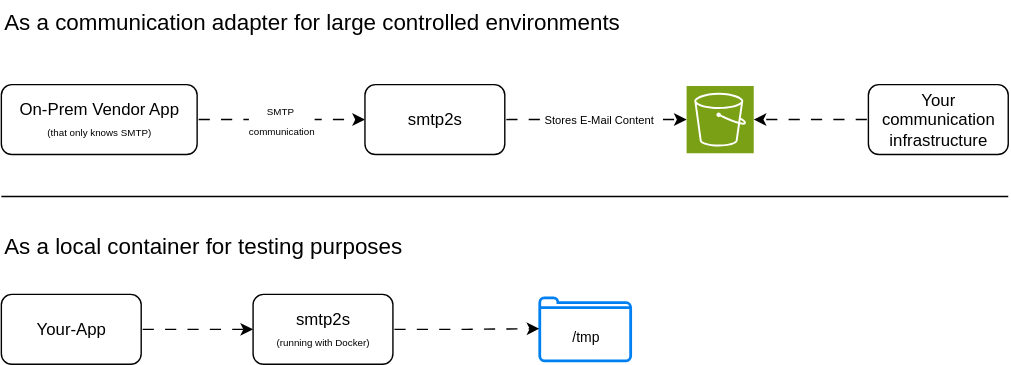
This is __resources/use-cases.drawio.svg from Incognitowski/smtp2s, a draw.io export, as it was before one commit. Source tidied: cells renumbered, new cells last; positions are measured from the earlier drawing's top-left corner, leaving out a move shared by most shapes. Its diagram source:
```xml
<mxGraphModel>
  <root>
    <mxCell id="0" />
    <mxCell id="1" parent="0" />
    <mxCell id="2" value="As a communication adapter for large controlled environments" style="text;html=1;align=left;verticalAlign=middle;whiteSpace=wrap;rounded=0;fontSize=16;" parent="1" vertex="1">
      <mxGeometry width="720" height="30" as="geometry" />
    </mxCell>
    <mxCell id="3" style="edgeStyle=orthogonalEdgeStyle;rounded=0;jettySize=auto;html=1;entryX=0;entryY=0.5;entryDx=0;entryDy=0;flowAnimation=1;" parent="1" edge="1" source="5" target="6">
      <mxGeometry relative="1" as="geometry" />
    </mxCell>
    <mxCell id="4" value="&lt;div&gt;&lt;font style=&quot;font-size: 7px;&quot;&gt;SMTP&amp;nbsp;&lt;/font&gt;&lt;/div&gt;&lt;div&gt;&lt;font style=&quot;font-size: 7px;&quot;&gt;communication&lt;/font&gt;&lt;/div&gt;" style="edgeLabel;html=1;align=center;verticalAlign=middle;" parent="3" vertex="1">
      <mxGeometry x="-0.05" y="-2" relative="1" as="geometry">
        <mxPoint x="3" y="-2" as="offset" />
      </mxGeometry>
    </mxCell>
    <mxCell id="5" value="&lt;div&gt;On-Prem Vendor App&lt;/div&gt;&lt;div&gt;&lt;font style=&quot;font-size: 7px;&quot;&gt;(that only knows SMTP)&lt;/font&gt;&lt;/div&gt;" style="rounded=1;whiteSpace=wrap;html=1;" parent="1" vertex="1">
      <mxGeometry y="60" width="140" height="50" as="geometry" />
    </mxCell>
    <mxCell id="6" value="smtp2s" style="rounded=1;whiteSpace=wrap;html=1;" parent="1" vertex="1">
      <mxGeometry x="260" y="60" width="100" height="50" as="geometry" />
    </mxCell>
    <mxCell id="7" style="sketch=0;points=[[0,0,0],[0.25,0,0],[0.5,0,0],[0.75,0,0],[1,0,0],[0,1,0],[0.25,1,0],[0.5,1,0],[0.75,1,0],[1,1,0],[0,0.25,0],[0,0.5,0],[0,0.75,0],[1,0.25,0],[1,0.5,0],[1,0.75,0]];outlineConnect=0;fontColor=#232F3E;fillColor=#7AA116;strokeColor=#ffffff;dashed=0;verticalLabelPosition=bottom;verticalAlign=top;align=center;html=1;fontSize=12;fontStyle=0;shape=mxgraph.aws4.resourceIcon;resIcon=mxgraph.aws4.s3;" parent="1" vertex="1">
      <mxGeometry x="490" y="61" width="48" height="48" as="geometry" />
    </mxCell>
    <mxCell id="8" style="edgeStyle=orthogonalEdgeStyle;rounded=0;jettySize=auto;html=1;entryX=0;entryY=0.5;entryDx=0;entryDy=0;entryPerimeter=0;flowAnimation=1;" parent="1" edge="1" source="6" target="7">
      <mxGeometry relative="1" as="geometry" />
    </mxCell>
    <mxCell id="9" value="Stores E-Mail Content" style="edgeLabel;html=1;align=center;verticalAlign=middle;fontSize=8;" parent="8" vertex="1">
      <mxGeometry x="-0.14" y="2" relative="1" as="geometry">
        <mxPoint x="11" y="2" as="offset" />
      </mxGeometry>
    </mxCell>
    <mxCell id="10" value="Your communication infrastructure" style="rounded=1;whiteSpace=wrap;html=1;" parent="1" vertex="1">
      <mxGeometry x="620" y="60" width="100" height="50" as="geometry" />
    </mxCell>
    <mxCell id="11" style="edgeStyle=orthogonalEdgeStyle;rounded=0;jettySize=auto;html=1;entryX=1;entryY=0.5;entryDx=0;entryDy=0;entryPerimeter=0;flowAnimation=1;" parent="1" edge="1" source="10" target="7">
      <mxGeometry relative="1" as="geometry" />
    </mxCell>
    <mxCell id="12" value="As a local container for testing purposes" style="text;html=1;align=left;verticalAlign=middle;whiteSpace=wrap;rounded=0;fontSize=16;" parent="1" vertex="1">
      <mxGeometry y="160" width="720" height="30" as="geometry" />
    </mxCell>
    <mxCell id="13" style="endArrow=none;html=1;rounded=0;" parent="1" edge="1">
      <mxGeometry relative="1" as="geometry">
        <mxPoint y="140" as="sourcePoint" />
        <mxPoint x="720" y="140" as="targetPoint" />
      </mxGeometry>
    </mxCell>
    <mxCell id="14" style="edgeStyle=orthogonalEdgeStyle;rounded=0;jettySize=auto;html=1;entryX=0;entryY=0.5;entryDx=0;entryDy=0;flowAnimation=1;" parent="1" edge="1" source="15" target="16">
      <mxGeometry relative="1" as="geometry" />
    </mxCell>
    <mxCell id="15" value="Your-App" style="rounded=1;whiteSpace=wrap;html=1;" parent="1" vertex="1">
      <mxGeometry y="210" width="100" height="50" as="geometry" />
    </mxCell>
    <mxCell id="16" value="&lt;div&gt;smtp2s&lt;/div&gt;&lt;font style=&quot;font-size: 7px;&quot;&gt;(running with Docker)&lt;/font&gt;" style="rounded=1;whiteSpace=wrap;html=1;" parent="1" vertex="1">
      <mxGeometry x="180" y="210" width="100" height="50" as="geometry" />
    </mxCell>
    <mxCell id="17" style="html=1;verticalLabelPosition=bottom;align=center;labelBackgroundColor=#ffffff;verticalAlign=top;strokeWidth=2;strokeColor=#0080F0;shadow=0;dashed=0;shape=mxgraph.ios7.icons.folder;" parent="1" vertex="1">
      <mxGeometry x="385" y="212.5" width="65" height="45" as="geometry" />
    </mxCell>
    <mxCell id="18" style="edgeStyle=orthogonalEdgeStyle;rounded=0;jettySize=auto;html=1;entryX=-0.005;entryY=0.489;entryDx=0;entryDy=0;entryPerimeter=0;flowAnimation=1;" parent="1" edge="1" source="16" target="17">
      <mxGeometry relative="1" as="geometry" />
    </mxCell>
    <mxCell id="19" value="/tmp" style="text;html=1;align=center;verticalAlign=middle;whiteSpace=wrap;rounded=0;fontSize=10;" parent="1" vertex="1">
      <mxGeometry x="397.5" y="230" width="40" height="20" as="geometry" />
    </mxCell>
  </root>
</mxGraphModel>
```
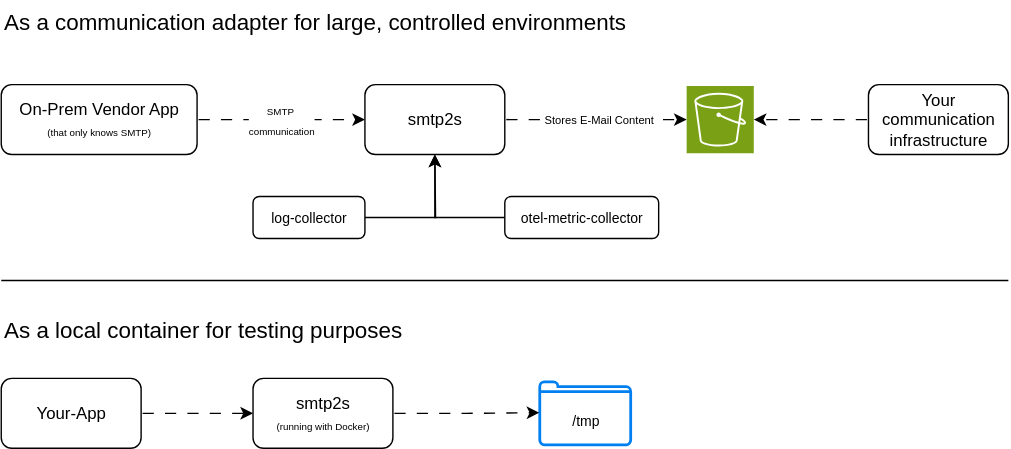
The same diagram one commit later.

Commit message:
Add metric exposure and improve README.md

Change to the diagram source:
```diff
@@ -2,7 +2,7 @@
   <root>
     <mxCell id="0" />
     <mxCell id="1" parent="0" />
-    <mxCell id="2" value="As a communication adapter for large controlled environments" style="text;html=1;align=left;verticalAlign=middle;whiteSpace=wrap;rounded=0;fontSize=16;" parent="1" vertex="1">
+    <mxCell id="2" value="As a communication adapter for large, controlled environments" style="text;html=1;align=left;verticalAlign=middle;whiteSpace=wrap;rounded=0;fontSize=16;" parent="1" vertex="1">
       <mxGeometry width="720" height="30" as="geometry" />
     </mxCell>
     <mxCell id="3" style="edgeStyle=orthogonalEdgeStyle;rounded=0;jettySize=auto;html=1;entryX=0;entryY=0.5;entryDx=0;entryDy=0;flowAnimation=1;" parent="1" edge="1" source="5" target="6">
@@ -37,31 +37,49 @@
       <mxGeometry relative="1" as="geometry" />
     </mxCell>
     <mxCell id="12" value="As a local container for testing purposes" style="text;html=1;align=left;verticalAlign=middle;whiteSpace=wrap;rounded=0;fontSize=16;" parent="1" vertex="1">
-      <mxGeometry y="160" width="720" height="30" as="geometry" />
+      <mxGeometry y="220" width="720" height="30" as="geometry" />
     </mxCell>
     <mxCell id="13" style="endArrow=none;html=1;rounded=0;" parent="1" edge="1">
       <mxGeometry relative="1" as="geometry">
-        <mxPoint y="140" as="sourcePoint" />
-        <mxPoint x="720" y="140" as="targetPoint" />
+        <mxPoint y="200" as="sourcePoint" />
+        <mxPoint x="720" y="200" as="targetPoint" />
       </mxGeometry>
     </mxCell>
     <mxCell id="14" style="edgeStyle=orthogonalEdgeStyle;rounded=0;jettySize=auto;html=1;entryX=0;entryY=0.5;entryDx=0;entryDy=0;flowAnimation=1;" parent="1" edge="1" source="15" target="16">
       <mxGeometry relative="1" as="geometry" />
     </mxCell>
     <mxCell id="15" value="Your-App" style="rounded=1;whiteSpace=wrap;html=1;" parent="1" vertex="1">
-      <mxGeometry y="210" width="100" height="50" as="geometry" />
+      <mxGeometry y="270" width="100" height="50" as="geometry" />
     </mxCell>
     <mxCell id="16" value="&lt;div&gt;smtp2s&lt;/div&gt;&lt;font style=&quot;font-size: 7px;&quot;&gt;(running with Docker)&lt;/font&gt;" style="rounded=1;whiteSpace=wrap;html=1;" parent="1" vertex="1">
-      <mxGeometry x="180" y="210" width="100" height="50" as="geometry" />
+      <mxGeometry x="180" y="270" width="100" height="50" as="geometry" />
     </mxCell>
     <mxCell id="17" style="html=1;verticalLabelPosition=bottom;align=center;labelBackgroundColor=#ffffff;verticalAlign=top;strokeWidth=2;strokeColor=#0080F0;shadow=0;dashed=0;shape=mxgraph.ios7.icons.folder;" parent="1" vertex="1">
-      <mxGeometry x="385" y="212.5" width="65" height="45" as="geometry" />
+      <mxGeometry x="385" y="272.5" width="65" height="45" as="geometry" />
     </mxCell>
     <mxCell id="18" style="edgeStyle=orthogonalEdgeStyle;rounded=0;jettySize=auto;html=1;entryX=-0.005;entryY=0.489;entryDx=0;entryDy=0;entryPerimeter=0;flowAnimation=1;" parent="1" edge="1" source="16" target="17">
       <mxGeometry relative="1" as="geometry" />
     </mxCell>
     <mxCell id="19" value="/tmp" style="text;html=1;align=center;verticalAlign=middle;whiteSpace=wrap;rounded=0;fontSize=10;" parent="1" vertex="1">
-      <mxGeometry x="397.5" y="230" width="40" height="20" as="geometry" />
+      <mxGeometry x="397.5" y="290" width="40" height="20" as="geometry" />
     </mxCell>
+    <mxCell id="20" style="edgeStyle=orthogonalEdgeStyle;rounded=0;jettySize=auto;html=1;entryX=0.5;entryY=1;entryDx=0;entryDy=0;" parent="1" edge="1" source="21" target="6">
+      <mxGeometry relative="1" as="geometry">
+        <Array as="points">
+          <mxPoint x="310" y="155" />
+        </Array>
+      </mxGeometry>
+    </mxCell>
+    <mxCell id="21" value="otel-metric-collector" style="rounded=1;whiteSpace=wrap;html=1;fontSize=10;" parent="1" vertex="1">
+      <mxGeometry x="360" y="140" width="110" height="30" as="geometry" />
+    </mxCell>
+    <mxCell id="22" style="edgeStyle=orthogonalEdgeStyle;rounded=0;jettySize=auto;html=1;" parent="1" edge="1" source="23">
+      <mxGeometry relative="1" as="geometry">
+        <mxPoint x="310" y="110" as="targetPoint" />
+      </mxGeometry>
+    </mxCell>
+    <mxCell id="23" value="log-collector" style="rounded=1;whiteSpace=wrap;html=1;fontSize=10;" parent="1" vertex="1">
+      <mxGeometry x="180" y="140" width="80" height="30" as="geometry" />
+    </mxCell>
   </root>
 </mxGraphModel>
```
